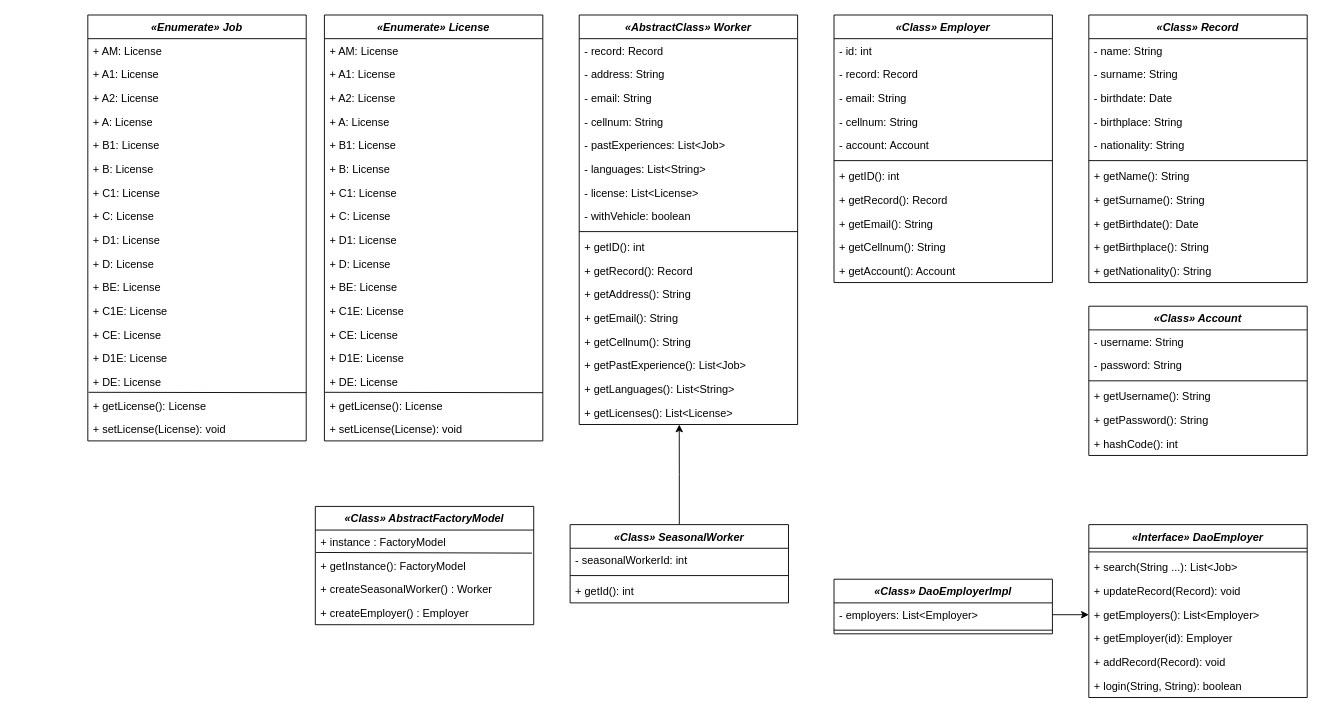
Alessio240593/SeasonalWorkApp keeps this draw.io diagram as doc/diagrams/class/class.drawio. Above is the earlier version. Source tidied: cells renumbered, new cells numbered last; positions are measured from the earlier drawing's top-left corner, leaving out a move shared by most shapes. Both pictures are drawn from the tidied source at 91%, with x=0, y=0 at pixel (87, 15).
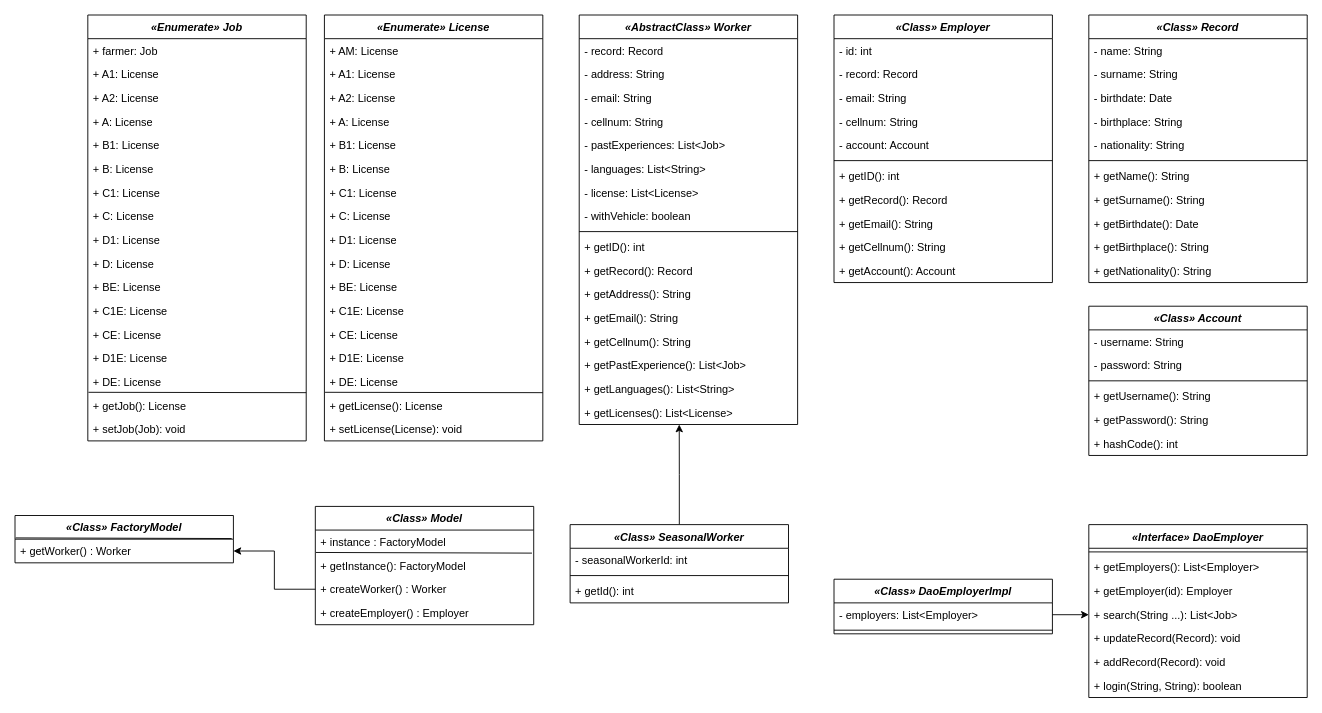
Above is the later version.

Commit message (it also covers changes not shown here):
prove classi e json

The change refers to these unchanged cells:
```xml
<mxCell id="75" value="«Enumerate» Job" style="swimlane;fontStyle=3;align=center;verticalAlign=top;horizontal=1;startSize=26;" parent="1" vertex="1">
  <mxGeometry width="240" height="468" as="geometry" />
</mxCell>
<mxCell id="101" value="- employers: List&lt;Employer&gt;" style="text;strokeColor=none;fillColor=none;align=left;verticalAlign=top;spacingLeft=4;spacingRight=4;overflow=hidden;points=[[0,0.5],[1,0.5]];portConstraint=eastwest;" parent="100" vertex="1">
  <mxGeometry y="26" width="240" height="26" as="geometry" />
</mxCell>
<mxCell id="103" value="«Interface» DaoEmployer" style="swimlane;fontStyle=3;align=center;verticalAlign=top;horizontal=1;startSize=26;" parent="1" vertex="1">
  <mxGeometry x="1100" y="560" width="240" height="190" as="geometry" />
</mxCell>
```

Diff of the diagram source:
```diff
@@
-    <mxCell id="76" value="+ AM: License" style="text;strokeColor=none;fillColor=none;align=left;verticalAlign=top;spacingLeft=4;spacingRight=4;overflow=hidden;" parent="75" vertex="1">
+    <mxCell id="76" value="+ farmer: Job" style="text;strokeColor=none;fillColor=none;align=left;verticalAlign=top;spacingLeft=4;spacingRight=4;overflow=hidden;" parent="75" vertex="1">
       <mxGeometry y="26" width="240" height="26" as="geometry" />
     </mxCell>
@@
-    <mxCell id="91" value="+ getLicense(): License" style="text;strokeColor=none;fillColor=none;align=left;verticalAlign=top;spacingLeft=4;spacingRight=4;overflow=hidden;points=[[0,0.5],[1,0.5]];portConstraint=eastwest;" parent="75" vertex="1">
+    <mxCell id="91" value="+ getJob(): License" style="text;strokeColor=none;fillColor=none;align=left;verticalAlign=top;spacingLeft=4;spacingRight=4;overflow=hidden;points=[[0,0.5],[1,0.5]];portConstraint=eastwest;" parent="75" vertex="1">
       <mxGeometry y="416" width="240" height="26" as="geometry" />
     </mxCell>
-    <mxCell id="92" value="+ setLicense(License): void" style="text;strokeColor=none;fillColor=none;align=left;verticalAlign=top;spacingLeft=4;spacingRight=4;overflow=hidden;" parent="75" vertex="1">
+    <mxCell id="92" value="+ setJob(Job): void" style="text;strokeColor=none;fillColor=none;align=left;verticalAlign=top;spacingLeft=4;spacingRight=4;overflow=hidden;" parent="75" vertex="1">
       <mxGeometry y="442" width="240" height="26" as="geometry" />
     </mxCell>
@@
-    <mxCell id="94" value="«Class» AbstractFactoryModel" style="swimlane;fontStyle=3;align=center;verticalAlign=top;horizontal=1;startSize=26;" parent="1" vertex="1">
+    <mxCell id="94" value="«Class» Model" style="swimlane;fontStyle=3;align=center;verticalAlign=top;horizontal=1;startSize=26;" parent="1" vertex="1">
       <mxGeometry x="250" y="540" width="240" height="130" as="geometry" />
     </mxCell>
@@
-    <mxCell id="98" value="+ createSeasonalWorker() : Worker" style="text;strokeColor=none;fillColor=none;align=left;verticalAlign=top;spacingLeft=4;spacingRight=4;overflow=hidden;points=[[0,0.5],[1,0.5]];portConstraint=eastwest;" parent="94" vertex="1">
+    <mxCell id="98" value="+ createWorker() : Worker" style="text;strokeColor=none;fillColor=none;align=left;verticalAlign=top;spacingLeft=4;spacingRight=4;overflow=hidden;points=[[0,0.5],[1,0.5]];portConstraint=eastwest;" parent="94" vertex="1">
       <mxGeometry y="78" width="240" height="26" as="geometry" />
     </mxCell>
@@
+    <mxCell id="107" value="+ getEmployers(): List&lt;Employer&gt;" style="text;strokeColor=none;fillColor=none;align=left;verticalAlign=top;spacingLeft=4;spacingRight=4;overflow=hidden;points=[[0,0.5],[1,0.5]];portConstraint=eastwest;" parent="103" vertex="1">
+      <mxGeometry y="34" width="240" height="26" as="geometry" />
+    </mxCell>
+    <mxCell id="108" value="+ getEmployer(id): Employer" style="text;strokeColor=none;fillColor=none;align=left;verticalAlign=top;spacingLeft=4;spacingRight=4;overflow=hidden;" parent="103" vertex="1">
+      <mxGeometry y="60" width="240" height="26" as="geometry" />
+    </mxCell>
     <mxCell id="105" value="+ search(String ...): List&lt;Job&gt;" style="text;strokeColor=none;fillColor=none;align=left;verticalAlign=top;spacingLeft=4;spacingRight=4;overflow=hidden;points=[[0,0.5],[1,0.5]];portConstraint=eastwest;" parent="103" vertex="1">
-      <mxGeometry y="34" width="240" height="26" as="geometry" />
+      <mxGeometry y="86" width="240" height="26" as="geometry" />
     </mxCell>
     <mxCell id="106" value="+ updateRecord(Record): void" style="text;strokeColor=none;fillColor=none;align=left;verticalAlign=top;spacingLeft=4;spacingRight=4;overflow=hidden;" parent="103" vertex="1">
-      <mxGeometry y="60" width="240" height="26" as="geometry" />
+      <mxGeometry y="112" width="240" height="26" as="geometry" />
     </mxCell>
-    <mxCell id="107" value="+ getEmployers(): List&lt;Employer&gt;" style="text;strokeColor=none;fillColor=none;align=left;verticalAlign=top;spacingLeft=4;spacingRight=4;overflow=hidden;points=[[0,0.5],[1,0.5]];portConstraint=eastwest;" parent="103" vertex="1">
-      <mxGeometry y="86" width="240" height="26" as="geometry" />
-    </mxCell>
-    <mxCell id="108" value="+ getEmployer(id): Employer" style="text;strokeColor=none;fillColor=none;align=left;verticalAlign=top;spacingLeft=4;spacingRight=4;overflow=hidden;" parent="103" vertex="1">
-      <mxGeometry y="112" width="240" height="26" as="geometry" />
-    </mxCell>
@@
-    <mxCell id="111" style="edgeStyle=orthogonalEdgeStyle;rounded=0;jettySize=auto;html=1;exitX=1;exitY=0.5;exitDx=0;exitDy=0;entryX=0;entryY=0.5;entryDx=0;entryDy=0;" parent="1" edge="1" source="101" target="107">
-      <mxGeometry relative="1" as="geometry" />
-    </mxCell>
+    <mxCell id="112" value="«Class» FactoryModel" style="swimlane;fontStyle=3;align=center;verticalAlign=top;horizontal=1;startSize=26;" parent="1" vertex="1">
+      <mxGeometry x="-80" y="550" width="240" height="52" as="geometry" />
+    </mxCell>
+    <mxCell id="113" style="endArrow=none;html=1;rounded=0;fontSize=12;exitX=0.003;exitY=-0.054;exitDx=0;exitDy=0;exitPerimeter=0;entryX=0.992;entryY=-0.026;entryDx=0;entryDy=0;entryPerimeter=0;" parent="112" edge="1">
+      <mxGeometry relative="1" as="geometry">
+        <mxPoint x="0.7" y="24.6" as="sourcePoint" />
+        <mxPoint x="238.1" y="25.3" as="targetPoint" />
+      </mxGeometry>
+    </mxCell>
+    <mxCell id="114" value="+ getWorker() : Worker" style="text;strokeColor=none;fillColor=none;align=left;verticalAlign=top;spacingLeft=4;spacingRight=4;overflow=hidden;points=[[0,0.5],[1,0.5]];portConstraint=eastwest;" parent="112" vertex="1">
+      <mxGeometry y="26" width="240" height="26" as="geometry" />
+    </mxCell>
+    <mxCell id="115" style="edgeStyle=orthogonalEdgeStyle;rounded=0;jettySize=auto;html=1;exitX=0;exitY=0.5;exitDx=0;exitDy=0;entryX=1;entryY=0.5;entryDx=0;entryDy=0;" parent="1" edge="1" source="98" target="114">
+      <mxGeometry relative="1" as="geometry" />
+    </mxCell>
+    <mxCell id="116" style="edgeStyle=orthogonalEdgeStyle;rounded=0;jettySize=auto;html=1;exitX=1;exitY=0.5;exitDx=0;exitDy=0;entryX=0;entryY=0.5;entryDx=0;entryDy=0;" parent="1" edge="1" source="101" target="105">
+      <mxGeometry relative="1" as="geometry" />
+    </mxCell>
```
